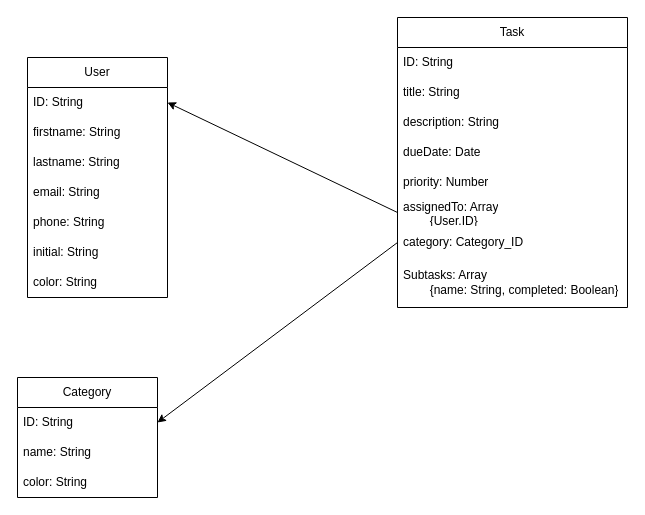
The draw.io diagram doc/Database.drawio in a13xl/Join, before the edit. Source tidied: cells renumbered, new cells numbered last; positions are measured from the earlier drawing's top-left corner, leaving out a move shared by most shapes. Both pictures are drawn from the tidied source at 100%, with x=0, y=0 at pixel (17, 17).
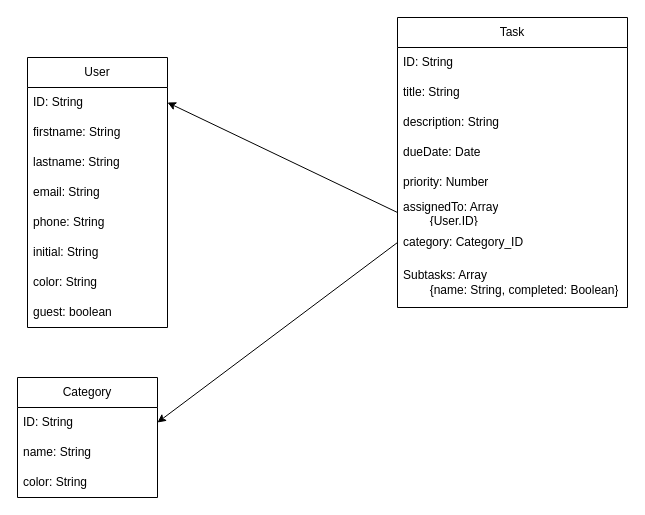
Above is the later version.

The edit, as a diff of the source:
```diff
@@
     <mxCell id="2" value="User" style="swimlane;fontStyle=0;horizontal=1;startSize=30;whiteSpace=wrap;html=1;" parent="1" vertex="1">
-      <mxGeometry x="10" y="40" width="140" height="240" as="geometry" />
+      <mxGeometry x="10" y="40" width="140" height="270" as="geometry" />
     </mxCell>
@@
+    <mxCell id="25" value="guest: boolean" style="text;strokeColor=none;fillColor=none;align=left;verticalAlign=middle;spacingLeft=4;spacingRight=4;overflow=hidden;whiteSpace=wrap;html=1;" parent="2" vertex="1">
+      <mxGeometry y="240" width="140" height="30" as="geometry" />
+    </mxCell>
```
